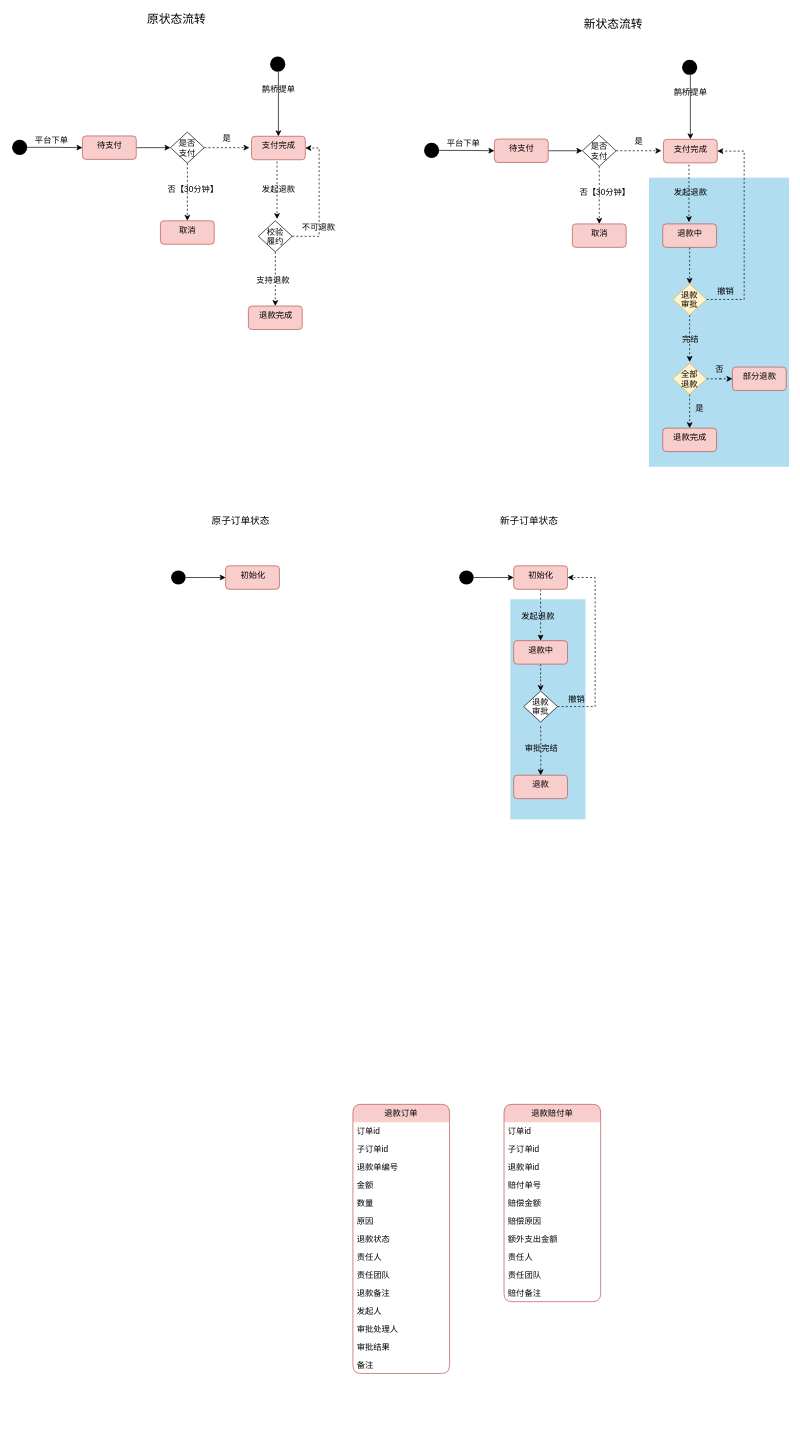
Above: order-refund.drawio in zhaoershuang/flow-chart (draw.io), before the change. Source tidied: cells renumbered, new cells numbered last; positions are measured from the earlier drawing's top-left corner, leaving out a move shared by most shapes. Both pictures are drawn from the tidied source at 69%, with x=0, y=0 at pixel (12, 12).
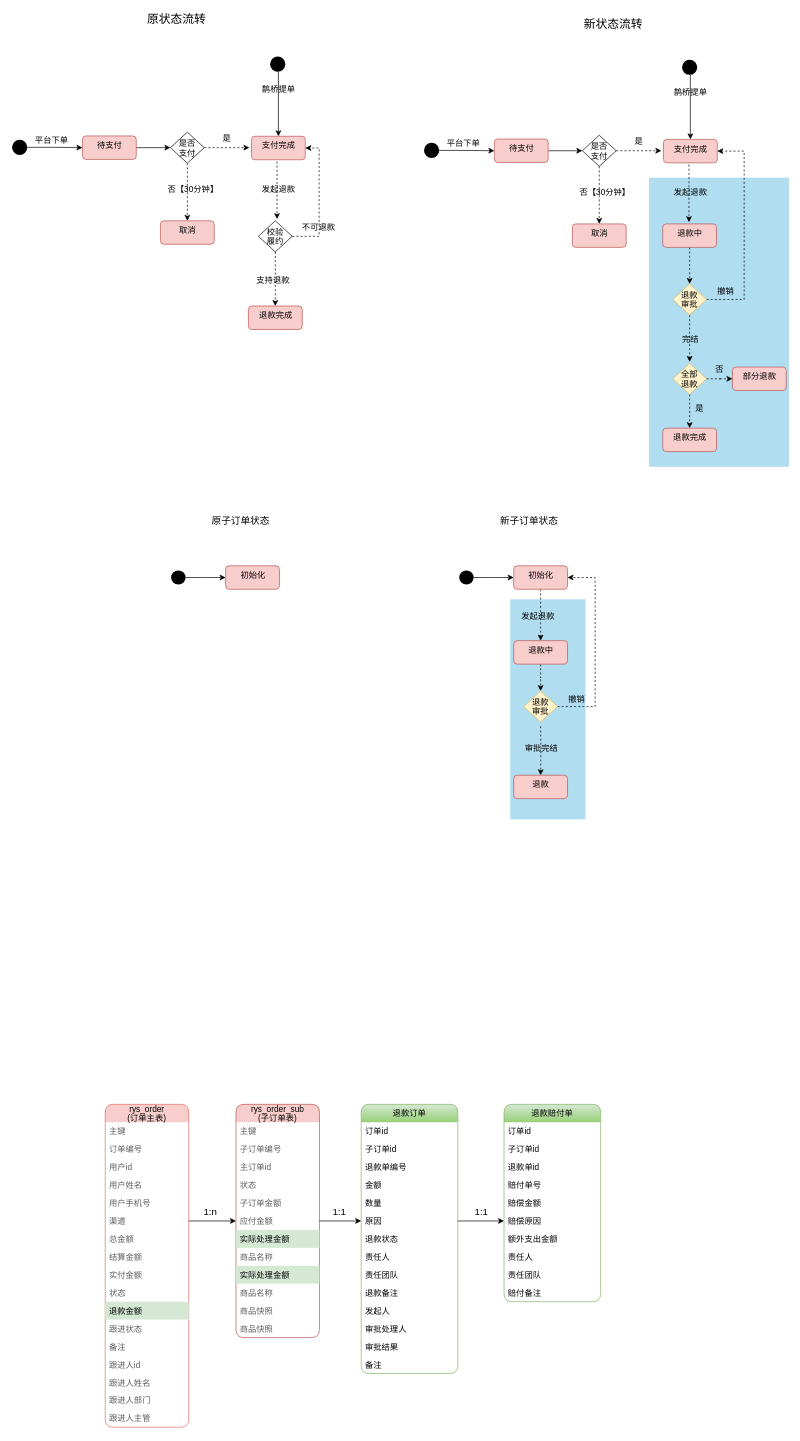
The same diagram, later.

The change refers to these unchanged cells:
```xml
<mxCell id="83" value="原因" style="text;strokeColor=none;fillColor=none;align=left;verticalAlign=top;spacingLeft=4;spacingRight=4;overflow=hidden;points=[[0,0.5],[1,0.5]];portConstraint=eastwest;" parent="77" vertex="1">
  <mxGeometry y="156" width="140" height="26" as="geometry" />
</mxCell>
<mxCell id="98" value="赔偿原因" style="text;strokeColor=none;fillColor=none;align=left;verticalAlign=top;spacingLeft=4;spacingRight=4;overflow=hidden;points=[[0,0.5],[1,0.5]];portConstraint=eastwest;" parent="92" vertex="1">
  <mxGeometry y="156" width="140" height="26" as="geometry" />
</mxCell>
```

Change to the diagram source:
```diff
@@
-    <mxCell id="45" value="退款&#10;审批" style="rhombus;strokeColor=#000000;" parent="1" vertex="1">
+    <mxCell id="45" value="退款&#10;审批" style="rhombus;strokeColor=#d6b656;fillColor=#fff2cc;" parent="1" vertex="1">
       <mxGeometry x="741.5" y="984" width="49" height="45" as="geometry" />
     </mxCell>
@@
-    <mxCell id="77" value="退款订单" style="swimlane;fontStyle=0;horizontal=1;startSize=26;fillColor=#f8cecc;strokeColor=#b85450;rounded=1;swimlaneLine=0;glass=0;shadow=0;sketch=0;swimlaneFillColor=none;labelBorderColor=none;labelBackgroundColor=none;" parent="1" vertex="1">
-      <mxGeometry x="494" y="1583" width="140" height="390" as="geometry" />
+    <mxCell id="77" value="退款订单" style="swimlane;fontStyle=0;horizontal=1;startSize=26;fillColor=#d5e8d4;strokeColor=#82b366;rounded=1;swimlaneLine=0;glass=0;shadow=0;sketch=0;swimlaneFillColor=none;labelBorderColor=none;labelBackgroundColor=none;gradientColor=#97d077;" parent="1" vertex="1">
+      <mxGeometry x="506" y="1583" width="140" height="390" as="geometry" />
     </mxCell>
@@
-    <mxCell id="92" value="退款赔付单" style="swimlane;fontStyle=0;horizontal=1;startSize=26;fillColor=#f8cecc;strokeColor=#b85450;rounded=1;swimlaneLine=0;" parent="1" vertex="1">
+    <mxCell id="92" value="退款赔付单" style="swimlane;fontStyle=0;horizontal=1;startSize=26;fillColor=#d5e8d4;strokeColor=#82b366;rounded=1;swimlaneLine=0;gradientColor=#97d077;" parent="1" vertex="1">
       <mxGeometry x="713" y="1583" width="140" height="286" as="geometry" />
     </mxCell>
@@
+    <mxCell id="104" value="rys_order&#10;(订单主表)" style="swimlane;fontStyle=0;horizontal=1;startSize=26;strokeWidth=1;fillColor=#f8cecc;swimlaneLine=0;rounded=1;strokeColor=#EA6B66;" parent="1" vertex="1">
+      <mxGeometry x="135" y="1583" width="121" height="468" as="geometry" />
+    </mxCell>
+    <mxCell id="105" value="主键" style="text;strokeColor=none;fillColor=none;align=left;verticalAlign=top;spacingLeft=4;spacingRight=4;overflow=hidden;fontColor=#5C5C5C;" parent="104" vertex="1">
+      <mxGeometry y="26" width="121" height="26" as="geometry" />
+    </mxCell>
+    <mxCell id="106" value="订单编号" style="text;strokeColor=none;fillColor=none;align=left;verticalAlign=top;spacingLeft=4;spacingRight=4;overflow=hidden;fontColor=#5C5C5C;" parent="104" vertex="1">
+      <mxGeometry y="52" width="121" height="26" as="geometry" />
+    </mxCell>
+    <mxCell id="107" value="用户id" style="text;strokeColor=none;fillColor=none;align=left;verticalAlign=top;spacingLeft=4;spacingRight=4;overflow=hidden;fontColor=#5C5C5C;" parent="104" vertex="1">
+      <mxGeometry y="78" width="121" height="26" as="geometry" />
+    </mxCell>
+    <mxCell id="108" value="用户姓名" style="text;strokeColor=none;fillColor=none;align=left;verticalAlign=top;spacingLeft=4;spacingRight=4;overflow=hidden;fontColor=#5C5C5C;" parent="104" vertex="1">
+      <mxGeometry y="104" width="121" height="26" as="geometry" />
+    </mxCell>
+    <mxCell id="109" value="用户手机号" style="text;strokeColor=none;fillColor=none;align=left;verticalAlign=top;spacingLeft=4;spacingRight=4;overflow=hidden;fontColor=#5C5C5C;" parent="104" vertex="1">
+      <mxGeometry y="130" width="121" height="26" as="geometry" />
+    </mxCell>
+    <mxCell id="110" value="渠道" style="text;strokeColor=none;fillColor=none;align=left;verticalAlign=top;spacingLeft=4;spacingRight=4;overflow=hidden;points=[[0,0.5],[1,0.5]];portConstraint=eastwest;fontColor=#5C5C5C;" parent="104" vertex="1">
+      <mxGeometry y="156" width="121" height="26" as="geometry" />
+    </mxCell>
+    <mxCell id="111" value="总金额" style="text;strokeColor=none;fillColor=none;align=left;verticalAlign=top;spacingLeft=4;spacingRight=4;overflow=hidden;fontColor=#5C5C5C;" parent="104" vertex="1">
+      <mxGeometry y="182" width="121" height="26" as="geometry" />
+    </mxCell>
+    <mxCell id="112" value="结算金额" style="text;strokeColor=none;fillColor=none;align=left;verticalAlign=top;spacingLeft=4;spacingRight=4;overflow=hidden;fontColor=#5C5C5C;" parent="104" vertex="1">
+      <mxGeometry y="208" width="121" height="26" as="geometry" />
+    </mxCell>
+    <mxCell id="113" value="实付金额" style="text;strokeColor=none;fillColor=none;align=left;verticalAlign=top;spacingLeft=4;spacingRight=4;overflow=hidden;fontColor=#5C5C5C;" parent="104" vertex="1">
+      <mxGeometry y="234" width="121" height="26" as="geometry" />
+    </mxCell>
+    <mxCell id="114" value="状态" style="text;strokeColor=none;fillColor=none;align=left;verticalAlign=top;spacingLeft=4;spacingRight=4;overflow=hidden;fontColor=#5C5C5C;" parent="104" vertex="1">
+      <mxGeometry y="260" width="121" height="26" as="geometry" />
+    </mxCell>
+    <mxCell id="115" value="退款金额" style="text;fillColor=#d5e8d4;align=left;verticalAlign=top;spacingLeft=4;spacingRight=4;overflow=hidden;" parent="104" vertex="1">
+      <mxGeometry y="286" width="121" height="26" as="geometry" />
+    </mxCell>
+    <mxCell id="116" value="跟进状态" style="text;strokeColor=none;fillColor=none;align=left;verticalAlign=top;spacingLeft=4;spacingRight=4;overflow=hidden;fontColor=#5C5C5C;" parent="104" vertex="1">
+      <mxGeometry y="312" width="121" height="26" as="geometry" />
+    </mxCell>
+    <mxCell id="117" value="备注" style="text;strokeColor=none;fillColor=none;align=left;verticalAlign=top;spacingLeft=4;spacingRight=4;overflow=hidden;fontColor=#5C5C5C;" parent="104" vertex="1">
+      <mxGeometry y="338" width="121" height="26" as="geometry" />
+    </mxCell>
+    <mxCell id="118" value="跟进人id" style="text;strokeColor=none;fillColor=none;align=left;verticalAlign=top;spacingLeft=4;spacingRight=4;overflow=hidden;fontColor=#5C5C5C;" parent="104" vertex="1">
+      <mxGeometry y="364" width="121" height="26" as="geometry" />
+    </mxCell>
+    <mxCell id="119" value="跟进人姓名" style="text;strokeColor=none;fillColor=none;align=left;verticalAlign=top;spacingLeft=4;spacingRight=4;overflow=hidden;fontColor=#5C5C5C;" parent="104" vertex="1">
+      <mxGeometry y="390" width="121" height="26" as="geometry" />
+    </mxCell>
+    <mxCell id="120" value="跟进人部门" style="text;strokeColor=none;fillColor=none;align=left;verticalAlign=top;spacingLeft=4;spacingRight=4;overflow=hidden;fontColor=#5C5C5C;" parent="104" vertex="1">
+      <mxGeometry y="416" width="121" height="26" as="geometry" />
+    </mxCell>
+    <mxCell id="121" value="跟进人主管" style="text;strokeColor=none;fillColor=none;align=left;verticalAlign=top;spacingLeft=4;spacingRight=4;overflow=hidden;fontColor=#5C5C5C;" parent="104" vertex="1">
+      <mxGeometry y="442" width="121" height="26" as="geometry" />
+    </mxCell>
+    <mxCell id="122" value="rys_order_sub&#10;(子订单表)" style="swimlane;fontStyle=0;horizontal=1;startSize=26;fillColor=#f8cecc;strokeColor=#b85450;strokeWidth=1;swimlaneLine=0;rounded=1;" parent="1" vertex="1">
+      <mxGeometry x="324.5" y="1583" width="121" height="338" as="geometry" />
+    </mxCell>
+    <mxCell id="123" value="主键" style="text;strokeColor=none;fillColor=none;align=left;verticalAlign=top;spacingLeft=4;spacingRight=4;overflow=hidden;fontColor=#5C5C5C;" parent="122" vertex="1">
+      <mxGeometry y="26" width="121" height="26" as="geometry" />
+    </mxCell>
+    <mxCell id="124" value="子订单编号" style="text;strokeColor=none;fillColor=none;align=left;verticalAlign=top;spacingLeft=4;spacingRight=4;overflow=hidden;fontColor=#5C5C5C;" parent="122" vertex="1">
+      <mxGeometry y="52" width="121" height="26" as="geometry" />
+    </mxCell>
+    <mxCell id="125" value="主订单id" style="text;strokeColor=none;fillColor=none;align=left;verticalAlign=top;spacingLeft=4;spacingRight=4;overflow=hidden;fontColor=#5C5C5C;" parent="122" vertex="1">
+      <mxGeometry y="78" width="121" height="26" as="geometry" />
+    </mxCell>
+    <mxCell id="126" value="状态" style="text;strokeColor=none;fillColor=none;align=left;verticalAlign=top;spacingLeft=4;spacingRight=4;overflow=hidden;fontColor=#5C5C5C;" parent="122" vertex="1">
+      <mxGeometry y="104" width="121" height="26" as="geometry" />
+    </mxCell>
+    <mxCell id="127" value="子订单金额" style="text;strokeColor=none;fillColor=none;align=left;verticalAlign=top;spacingLeft=4;spacingRight=4;overflow=hidden;fontColor=#5C5C5C;" parent="122" vertex="1">
+      <mxGeometry y="130" width="121" height="26" as="geometry" />
+    </mxCell>
+    <mxCell id="128" value="应付金额" style="text;strokeColor=none;fillColor=none;align=left;verticalAlign=top;spacingLeft=4;spacingRight=4;overflow=hidden;points=[[0,0.5],[1,0.5]];portConstraint=eastwest;fontColor=#5C5C5C;" parent="122" vertex="1">
+      <mxGeometry y="156" width="121" height="26" as="geometry" />
+    </mxCell>
+    <mxCell id="129" value="实际处理金额" style="text;fillColor=#d5e8d4;align=left;verticalAlign=top;spacingLeft=4;spacingRight=4;overflow=hidden;" parent="122" vertex="1">
+      <mxGeometry y="182" width="121" height="26" as="geometry" />
+    </mxCell>
+    <mxCell id="130" value="商品名称" style="text;strokeColor=none;fillColor=none;align=left;verticalAlign=top;spacingLeft=4;spacingRight=4;overflow=hidden;fontColor=#5C5C5C;" parent="122" vertex="1">
+      <mxGeometry y="208" width="121" height="26" as="geometry" />
+    </mxCell>
+    <mxCell id="131" value="实际处理金额" style="text;fillColor=#d5e8d4;align=left;verticalAlign=top;spacingLeft=4;spacingRight=4;overflow=hidden;" parent="122" vertex="1">
+      <mxGeometry y="234" width="121" height="26" as="geometry" />
+    </mxCell>
+    <mxCell id="132" value="商品名称" style="text;strokeColor=none;fillColor=none;align=left;verticalAlign=top;spacingLeft=4;spacingRight=4;overflow=hidden;fontColor=#5C5C5C;" parent="122" vertex="1">
+      <mxGeometry y="260" width="121" height="26" as="geometry" />
+    </mxCell>
+    <mxCell id="133" value="商品快照" style="text;strokeColor=none;fillColor=none;align=left;verticalAlign=top;spacingLeft=4;spacingRight=4;overflow=hidden;fontColor=#5C5C5C;" parent="122" vertex="1">
+      <mxGeometry y="286" width="121" height="26" as="geometry" />
+    </mxCell>
+    <mxCell id="134" value="商品快照" style="text;strokeColor=none;fillColor=none;align=left;verticalAlign=top;spacingLeft=4;spacingRight=4;overflow=hidden;fontColor=#5C5C5C;" parent="122" vertex="1">
+      <mxGeometry y="312" width="121" height="26" as="geometry" />
+    </mxCell>
+    <mxCell id="135" style="edgeStyle=orthogonalEdgeStyle;rounded=0;jettySize=auto;html=1;entryX=0;entryY=0.5;entryDx=0;entryDy=0;fontSize=14;fontColor=#000000;" parent="1" edge="1" source="110" target="128">
+      <mxGeometry relative="1" as="geometry" />
+    </mxCell>
+    <mxCell id="136" style="edgeStyle=orthogonalEdgeStyle;rounded=0;jettySize=auto;html=1;entryX=0;entryY=0.5;entryDx=0;entryDy=0;fontSize=14;fontColor=#000000;" parent="1" edge="1" source="128" target="83">
+      <mxGeometry relative="1" as="geometry" />
+    </mxCell>
+    <mxCell id="137" style="edgeStyle=orthogonalEdgeStyle;rounded=0;jettySize=auto;html=1;fontSize=14;fontColor=#000000;" parent="1" edge="1" source="83" target="98">
+      <mxGeometry relative="1" as="geometry" />
+    </mxCell>
+    <mxCell id="138" value="1:n" style="text;html=1;align=center;verticalAlign=middle;fontSize=14;fontColor=#000000;" parent="1" vertex="1">
+      <mxGeometry x="272" y="1728" width="29" height="21" as="geometry" />
+    </mxCell>
+    <mxCell id="139" value="1:1" style="text;html=1;align=center;verticalAlign=middle;fontSize=14;fontColor=#000000;" parent="1" vertex="1">
+      <mxGeometry x="459" y="1728" width="29" height="21" as="geometry" />
+    </mxCell>
+    <mxCell id="140" value="1:1" style="text;html=1;align=center;verticalAlign=middle;fontSize=14;fontColor=#000000;" parent="1" vertex="1">
+      <mxGeometry x="665" y="1728" width="29" height="21" as="geometry" />
+    </mxCell>
```
